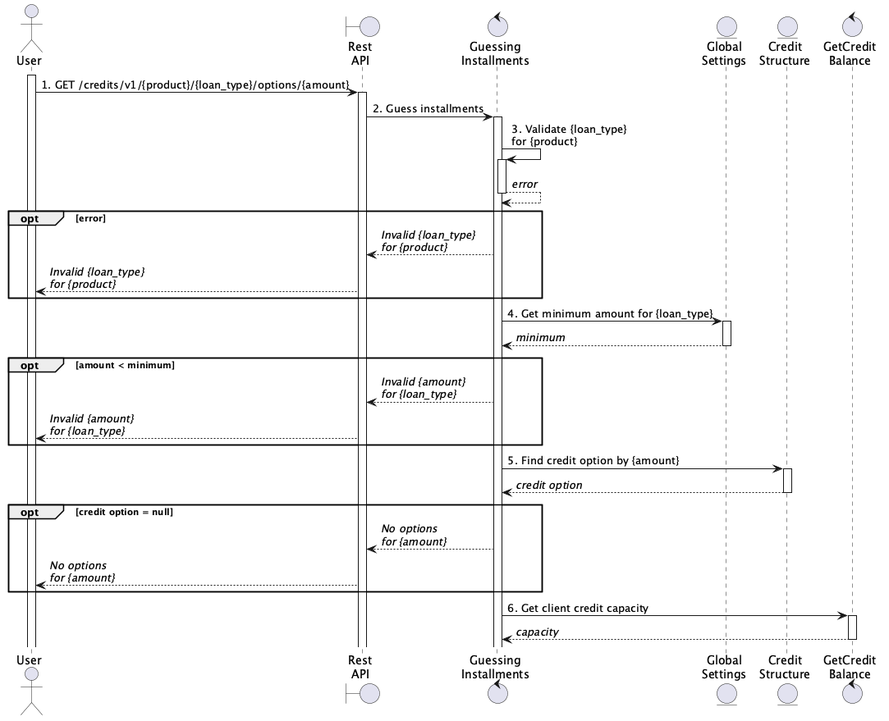
Above: 001-credit-installments/seq.png in ramiromartinez-wm/wayni-docs (PlantUML), before the change.
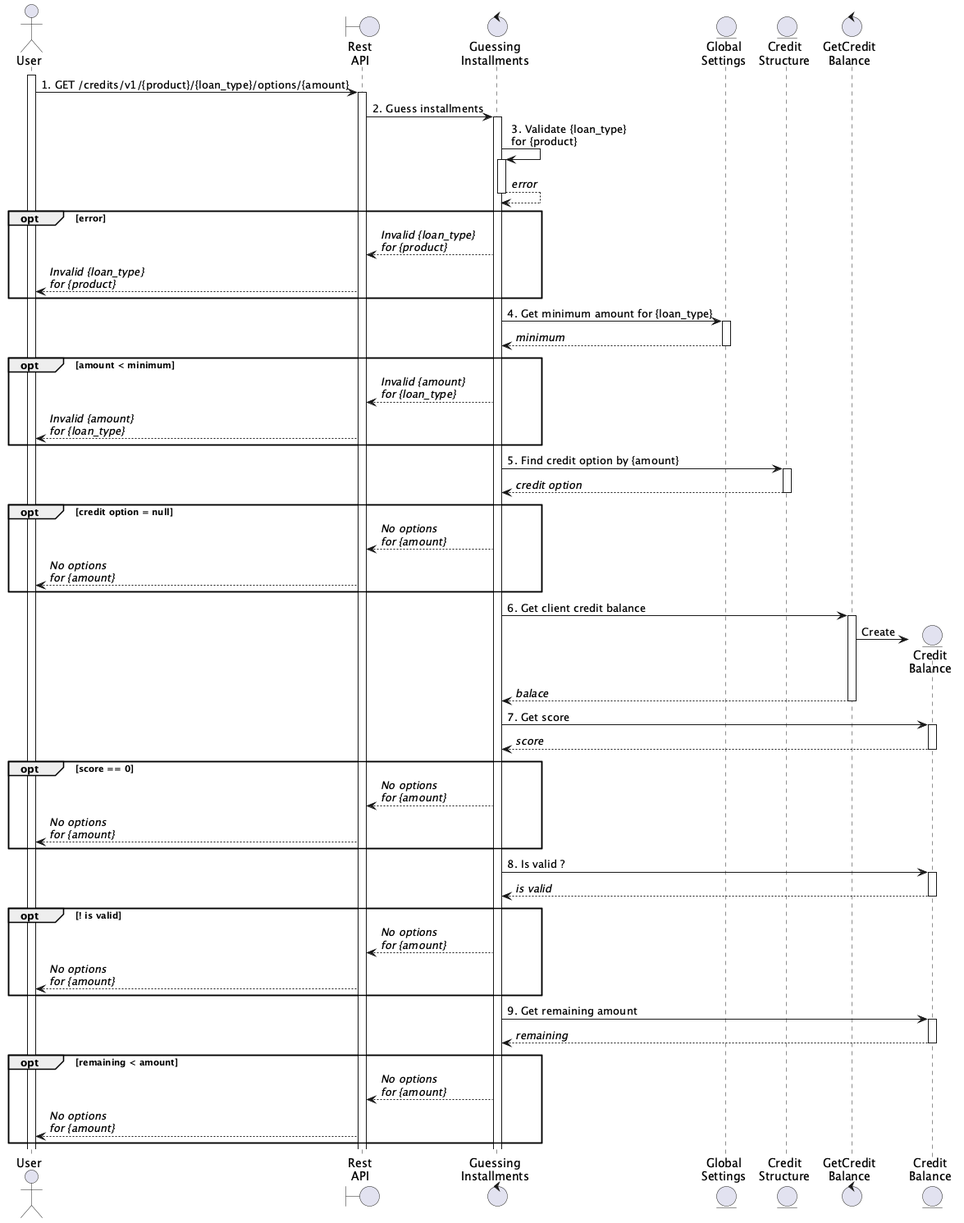
The same file after the commit.

Commit message:
Update credit installment example & diagram

What changed in the source:
```diff
@@ -6,6 +6,7 @@
 entity "Global\nSettings" as GB
 entity "Credit\nStructure" as CS
 control "GetCredit\nBalance" as GCB
+
 
 
 activate User
@@ -41,10 +42,43 @@
     API-->User: //No options//\n//for {amount}//
 end
 
-GI->GCB: 6. Get client credit capacity
+GI->GCB: 6. Get client credit balance
 activate GCB
-GCB-->GI: //capacity//
+create entity "Credit\nBalance" as CB
+GCB->CB: Create
+GCB-->GI: //balace//
 deactivate GCB
+
+GI->CB: 7. Get score
+activate CB
+CB-->GI: //score//
+deactivate CB
+
+opt score == 0
+    GI-->API: //No options//\n//for {amount}//
+    API-->User: //No options//\n//for {amount}//
+end
+
+GI->CB: 8. Is valid ?
+activate CB
+CB-->GI: //is valid//
+deactivate CB
+
+opt ! is valid
+    GI-->API: //No options//\n//for {amount}//
+    API-->User: //No options//\n//for {amount}//
+end
+
+GI->CB: 9. Get remaining amount
+activate CB
+CB-->GI: //remaining//
+deactivate CB
+
+opt remaining < amount
+    GI-->API: //No options//\n//for {amount}//
+    API-->User: //No options//\n//for {amount}//
+end
+
 
 
 
```
